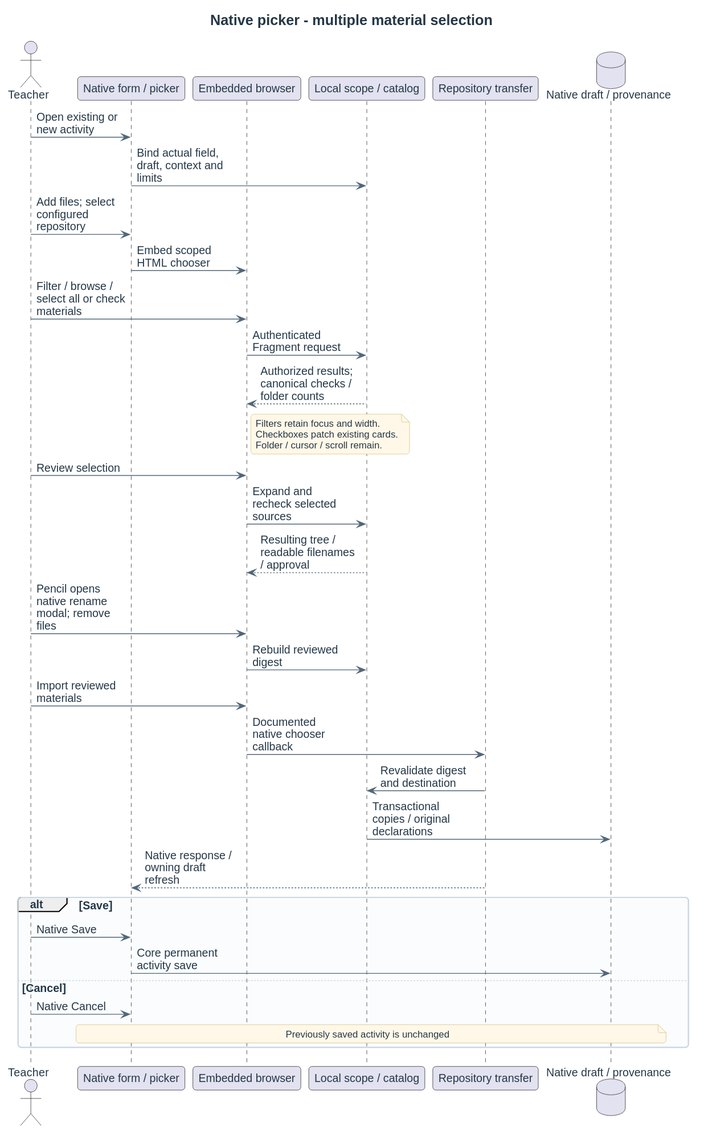
The PlantUML diagram docs/diagrams/design/sequences/folder-selection.svg in didactika/moodle-local_coursefiles, before a commit.
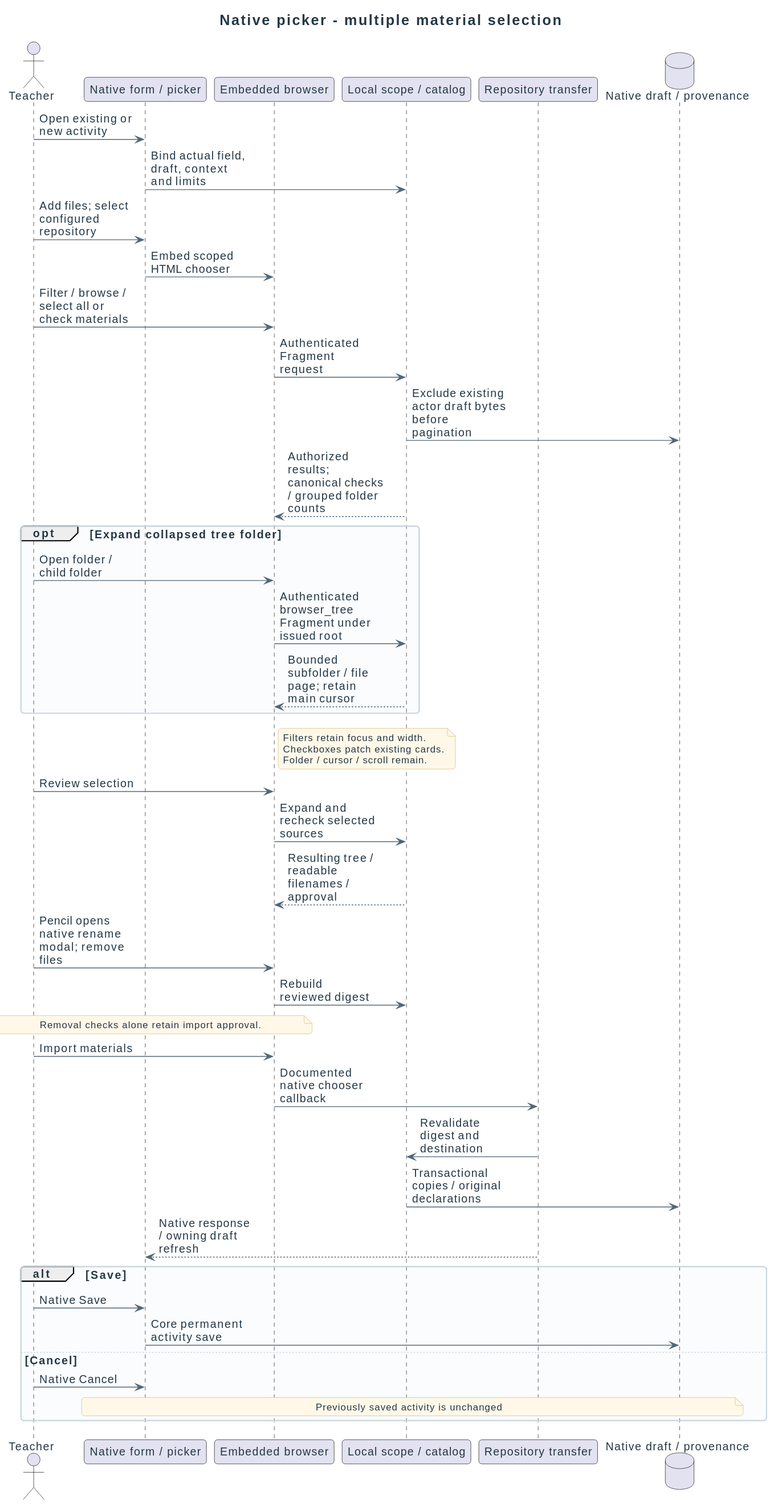
Later version of the same file.

Diff of the diagram source:
```diff
@@ -14,14 +14,21 @@
 Form -> Browser : Embed scoped HTML chooser
 Teacher -> Browser : Filter / browse / select all or check materials
 Browser -> Scope : Authenticated Fragment request
-Scope --> Browser : Authorized results; canonical checks / folder counts
+Scope -> Files : Exclude existing actor draft bytes before pagination
+Scope --> Browser : Authorized results; canonical checks / grouped folder counts
+opt Expand collapsed tree folder
+ Teacher -> Browser : Open folder / child folder
+ Browser -> Scope : Authenticated browser_tree Fragment under issued root
+ Scope --> Browser : Bounded subfolder / file page; retain main cursor
+end
 note right of Browser : Filters retain focus and width.\nCheckboxes patch existing cards.\nFolder / cursor / scroll remain.
 Teacher -> Browser : Review selection
 Browser -> Scope : Expand and recheck selected sources
 Scope --> Browser : Resulting tree / readable filenames / approval
 Teacher -> Browser : Pencil opens native rename modal; remove files
 Browser -> Scope : Rebuild reviewed digest
-Teacher -> Browser : Import reviewed materials
+note over Teacher, Browser : Removal checks alone retain import approval.
+Teacher -> Browser : Import materials
 Browser -> Transfer : Documented native chooser callback
 Transfer -> Scope : Revalidate digest and destination
 Scope -> Files : Transactional copies / original declarations
```
